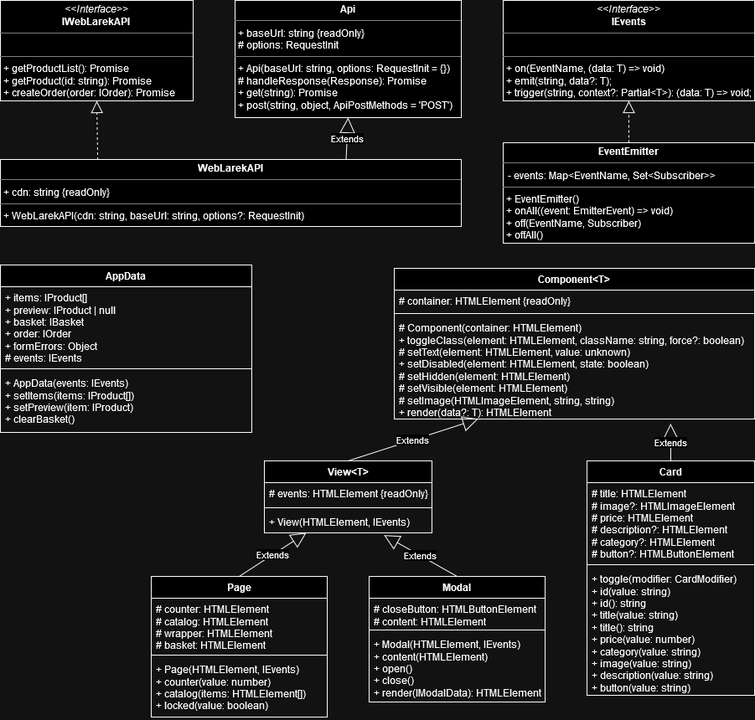
Before: web-larek.drawio.png, a diagram exported from draw.io (Estisui/web-larek-frontend). Source tidied: cells renumbered, new cells last; positions are measured from the earlier drawing's top-left corner, leaving out a move shared by most shapes.
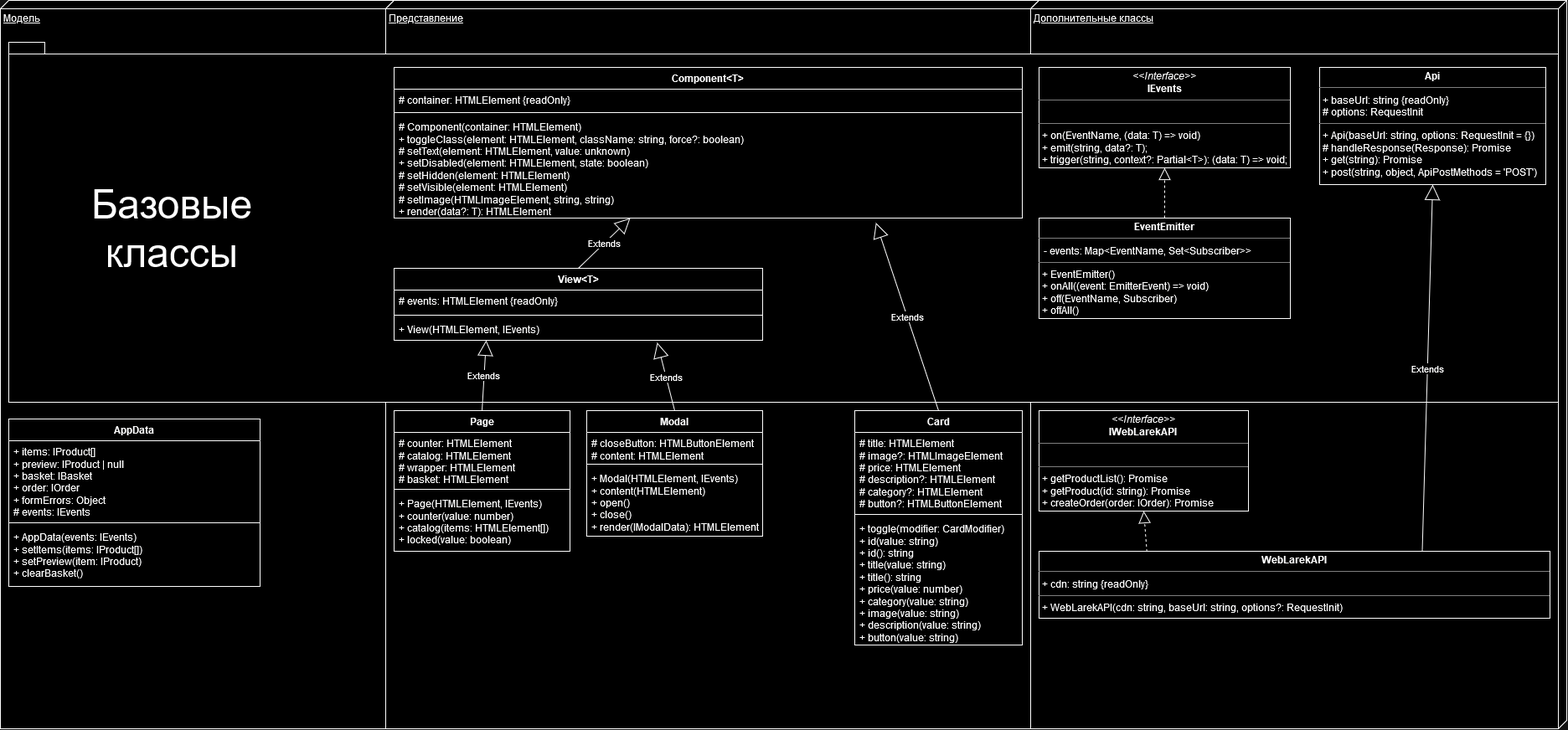
After the commit.

Commit message:
docs: enhace architecture description

The edit, as a diff of the source:
```diff
@@ -2,73 +2,83 @@
   <root>
     <mxCell id="0" />
     <mxCell id="1" parent="0" />
+    <mxCell id="38" value="Модель" style="verticalAlign=top;align=left;spacingTop=8;spacingLeft=2;spacingRight=12;shape=cube;size=10;direction=south;fontStyle=4;html=1;whiteSpace=wrap;" parent="1" vertex="1">
+      <mxGeometry x="-960" y="10" width="470" height="870" as="geometry" />
+    </mxCell>
+    <mxCell id="10" value="AppData" style="swimlane;fontStyle=1;align=center;verticalAlign=top;horizontal=1;startSize=26;whiteSpace=wrap;html=1;" parent="1" vertex="1">
+      <mxGeometry x="-950" y="510" width="300" height="200" as="geometry" />
+    </mxCell>
+    <mxCell id="11" value="+ items: IProduct[]&lt;br&gt;+&amp;nbsp;preview: IProduct | null&lt;br&gt;+ basket: IBasket&lt;br&gt;+&amp;nbsp;order: IOrder&lt;br&gt;+&amp;nbsp;formErrors: Object&lt;br&gt;# events: IEvents" style="text;strokeColor=none;fillColor=none;align=left;verticalAlign=top;spacingLeft=4;spacingRight=4;overflow=hidden;whiteSpace=wrap;html=1;" parent="10" vertex="1">
+      <mxGeometry y="26" width="300" height="94" as="geometry" />
+    </mxCell>
+    <mxCell id="12" style="line;strokeWidth=1;fillColor=none;align=left;verticalAlign=middle;spacingTop=-1;spacingLeft=3;spacingRight=3;labelPosition=right;strokeColor=inherit;" parent="10" vertex="1">
+      <mxGeometry y="120" width="300" height="8" as="geometry" />
+    </mxCell>
+    <mxCell id="13" value="+ AppData(events: IEvents)&lt;br&gt;+&amp;nbsp;setItems(items: IProduct[])&lt;br&gt;+&amp;nbsp;setPreview(item: IProduct)&lt;br&gt;+ clearBasket()" style="text;strokeColor=none;fillColor=none;align=left;verticalAlign=top;spacingLeft=4;spacingRight=4;overflow=hidden;whiteSpace=wrap;html=1;" parent="10" vertex="1">
+      <mxGeometry y="128" width="300" height="72" as="geometry" />
+    </mxCell>
+    <mxCell id="39" value="Представление" style="verticalAlign=top;align=left;spacingTop=8;spacingLeft=2;spacingRight=12;shape=cube;size=10;direction=south;fontStyle=4;html=1;whiteSpace=wrap;" parent="1" vertex="1">
+      <mxGeometry x="-500" y="10" width="780" height="870" as="geometry" />
+    </mxCell>
+    <mxCell id="40" value="Дополнительные классы" style="verticalAlign=top;align=left;spacingTop=8;spacingLeft=2;spacingRight=12;shape=cube;size=10;direction=south;fontStyle=4;html=1;whiteSpace=wrap;" parent="1" vertex="1">
+      <mxGeometry x="270" y="10" width="640" height="870" as="geometry" />
+    </mxCell>
+    <mxCell id="41" style="shape=folder;fontStyle=1;spacingTop=10;tabWidth=40;tabHeight=14;tabPosition=left;html=1;whiteSpace=wrap;" parent="1" vertex="1">
+      <mxGeometry x="-950" y="60" width="1850" height="430" as="geometry" />
+    </mxCell>
+    <mxCell id="42" value="&lt;font style=&quot;font-size: 48px;&quot;&gt;Базовые классы&lt;/font&gt;" style="text;html=1;align=center;verticalAlign=middle;whiteSpace=wrap;rounded=0;" parent="1" vertex="1">
+      <mxGeometry x="-910" y="180" width="310" height="205" as="geometry" />
+    </mxCell>
     <mxCell id="2" value="&lt;p style=&quot;margin:0px;margin-top:4px;text-align:center;&quot;&gt;&lt;b&gt;Api&lt;/b&gt;&lt;/p&gt;&lt;hr size=&quot;1&quot;&gt;&lt;p style=&quot;margin:0px;margin-left:4px;&quot;&gt;+ baseUrl: string {readOnly}&lt;/p&gt;&lt;p style=&quot;margin:0px;margin-left:4px;&quot;&gt;# options: RequestInit&lt;br&gt;&lt;/p&gt;&lt;hr size=&quot;1&quot;&gt;&lt;p style=&quot;margin:0px;margin-left:4px;&quot;&gt;+ Api(baseUrl: string, options: RequestInit = {})&lt;/p&gt;&lt;p style=&quot;margin:0px;margin-left:4px;&quot;&gt;# handleResponse(Response): Promise&lt;/p&gt;&lt;p style=&quot;margin:0px;margin-left:4px;&quot;&gt;+ get(string): Promise&lt;/p&gt;&lt;p style=&quot;margin:0px;margin-left:4px;&quot;&gt;+ post(string, object, ApiPostMethods = 'POST')&lt;br&gt;&lt;/p&gt;" style="verticalAlign=top;align=left;overflow=fill;fontSize=12;fontFamily=Helvetica;html=1;whiteSpace=wrap;" parent="1" vertex="1">
-      <mxGeometry x="280" width="270" height="140" as="geometry" />
+      <mxGeometry x="615" y="90" width="270" height="140" as="geometry" />
     </mxCell>
+    <mxCell id="8" value="Extends" style="endArrow=block;endSize=16;endFill=0;html=1;rounded=0;entryX=0.5;entryY=1;entryDx=0;entryDy=0;exitX=0.75;exitY=0;exitDx=0;exitDy=0;" parent="1" edge="1" source="7" target="2">
+      <mxGeometry relative="1" as="geometry" />
+    </mxCell>
     <mxCell id="3" value="&lt;p style=&quot;margin:0px;margin-top:4px;text-align:center;&quot;&gt;&lt;i&gt;&amp;lt;&amp;lt;Interface&amp;gt;&amp;gt;&lt;/i&gt;&lt;br&gt;&lt;b&gt;IEvents&lt;/b&gt;&lt;/p&gt;&lt;hr size=&quot;1&quot;&gt;&lt;br&gt;&lt;hr size=&quot;1&quot;&gt;&lt;p style=&quot;margin:0px;margin-left:4px;&quot;&gt;+ on(EventName, (data: T) =&amp;gt; void)&lt;/p&gt;&lt;p style=&quot;margin:0px;margin-left:4px;&quot;&gt;+ emit(string, data?: T);&lt;/p&gt;&lt;p style=&quot;margin:0px;margin-left:4px;&quot;&gt;+ trigger(string, context?: Partial&amp;lt;T&amp;gt;): (data: T) =&amp;gt; void;&lt;/p&gt;" style="verticalAlign=top;align=left;overflow=fill;fontSize=12;fontFamily=Helvetica;html=1;whiteSpace=wrap;" parent="1" vertex="1">
-      <mxGeometry x="600" width="300" height="120" as="geometry" />
+      <mxGeometry x="280" y="90" width="300" height="120" as="geometry" />
     </mxCell>
     <mxCell id="4" value="&lt;p style=&quot;margin:0px;margin-top:4px;text-align:center;&quot;&gt;&lt;b&gt;EventEmitter&lt;/b&gt;&lt;/p&gt;&lt;hr size=&quot;1&quot;&gt;&amp;nbsp; -&amp;nbsp;events: Map&amp;lt;EventName, Set&amp;lt;Subscriber&amp;gt;&amp;gt;&lt;br&gt;&lt;hr size=&quot;1&quot;&gt;&lt;p style=&quot;margin:0px;margin-left:4px;&quot;&gt;+ EventEmitter()&lt;/p&gt;&lt;p style=&quot;margin:0px;margin-left:4px;&quot;&gt;+ onAll((event: EmitterEvent) =&amp;gt; void)&lt;br&gt;+ off(EventName, Subscriber)&lt;br&gt;+&amp;nbsp;offAll()&lt;/p&gt;" style="verticalAlign=top;align=left;overflow=fill;fontSize=12;fontFamily=Helvetica;html=1;whiteSpace=wrap;" parent="1" vertex="1">
-      <mxGeometry x="600" y="170" width="300" height="120" as="geometry" />
+      <mxGeometry x="280" y="270" width="300" height="120" as="geometry" />
     </mxCell>
     <mxCell id="5" style="endArrow=block;dashed=1;endFill=0;endSize=12;html=1;rounded=0;fontSize=12;curved=1;entryX=0.5;entryY=1;entryDx=0;entryDy=0;exitX=0.5;exitY=0;exitDx=0;exitDy=0;" parent="1" edge="1" source="4" target="3">
       <mxGeometry relative="1" as="geometry" />
     </mxCell>
     <mxCell id="6" value="&lt;p style=&quot;margin:0px;margin-top:4px;text-align:center;&quot;&gt;&lt;i&gt;&amp;lt;&amp;lt;Interface&amp;gt;&amp;gt;&lt;/i&gt;&lt;br&gt;&lt;b&gt;IWebLarekAPI&lt;/b&gt;&lt;br&gt;&lt;/p&gt;&lt;hr size=&quot;1&quot;&gt;&lt;p style=&quot;margin:0px;margin-left:4px;&quot;&gt;&lt;br&gt;&lt;/p&gt;&lt;hr size=&quot;1&quot;&gt;&lt;p style=&quot;margin:0px;margin-left:4px;&quot;&gt;+&amp;nbsp;getProductList(): Promise&lt;/p&gt;&lt;p style=&quot;margin:0px;margin-left:4px;&quot;&gt;+ getProduct(id: string): Promise&lt;/p&gt;&lt;p style=&quot;margin:0px;margin-left:4px;&quot;&gt;&lt;span style=&quot;background-color: initial;&quot;&gt;+ createOrder(order: IOrder): Promise&lt;/span&gt;&lt;/p&gt;" style="verticalAlign=top;align=left;overflow=fill;fontSize=12;fontFamily=Helvetica;html=1;whiteSpace=wrap;" parent="1" vertex="1">
-      <mxGeometry width="230" height="120" as="geometry" />
+      <mxGeometry x="280" y="500" width="250" height="120" as="geometry" />
     </mxCell>
-    <mxCell id="7" value="&lt;p style=&quot;margin:0px;margin-top:4px;text-align:center;&quot;&gt;&lt;b&gt;WebLarekAPI&lt;/b&gt;&lt;/p&gt;&lt;hr size=&quot;1&quot;&gt;&lt;p style=&quot;margin:0px;margin-left:4px;&quot;&gt;+ cdn: string {readOnly}&lt;/p&gt;&lt;hr size=&quot;1&quot;&gt;&lt;p style=&quot;margin:0px;margin-left:4px;&quot;&gt;+&amp;nbsp;WebLarekAPI(cdn: string, baseUrl: string, options?: RequestInit)&lt;/p&gt;" style="verticalAlign=top;align=left;overflow=fill;fontSize=12;fontFamily=Helvetica;html=1;whiteSpace=wrap;" parent="1" vertex="1">
-      <mxGeometry y="190" width="550" height="80" as="geometry" />
-    </mxCell>
-    <mxCell id="8" value="Extends" style="endArrow=block;endSize=16;endFill=0;html=1;rounded=0;entryX=0.5;entryY=1;entryDx=0;entryDy=0;exitX=0.75;exitY=0;exitDx=0;exitDy=0;" parent="1" edge="1" source="7" target="2">
-      <mxGeometry relative="1" as="geometry" />
-    </mxCell>
     <mxCell id="9" style="endArrow=block;dashed=1;endFill=0;endSize=12;html=1;rounded=0;entryX=0.5;entryY=1;entryDx=0;entryDy=0;exitX=0.211;exitY=0.006;exitDx=0;exitDy=0;exitPerimeter=0;" parent="1" edge="1" source="7" target="6">
       <mxGeometry relative="1" as="geometry" />
     </mxCell>
-    <mxCell id="10" value="AppData" style="swimlane;fontStyle=1;align=center;verticalAlign=top;horizontal=1;startSize=26;whiteSpace=wrap;html=1;" parent="1" vertex="1">
-      <mxGeometry y="316" width="300" height="200" as="geometry" />
-    </mxCell>
-    <mxCell id="11" value="+ items: IProduct[]&lt;br&gt;+&amp;nbsp;preview: IProduct | null&lt;br&gt;+ basket: IBasket&lt;br&gt;+&amp;nbsp;order: IOrder&lt;br&gt;+&amp;nbsp;formErrors: Object&lt;br&gt;# events: IEvents" style="text;strokeColor=none;fillColor=none;align=left;verticalAlign=top;spacingLeft=4;spacingRight=4;overflow=hidden;whiteSpace=wrap;html=1;" parent="10" vertex="1">
-      <mxGeometry y="26" width="300" height="94" as="geometry" />
-    </mxCell>
-    <mxCell id="12" style="line;strokeWidth=1;fillColor=none;align=left;verticalAlign=middle;spacingTop=-1;spacingLeft=3;spacingRight=3;labelPosition=right;strokeColor=inherit;" parent="10" vertex="1">
-      <mxGeometry y="120" width="300" height="8" as="geometry" />
-    </mxCell>
-    <mxCell id="13" value="+ AppData(events: IEvents)&lt;br&gt;+&amp;nbsp;setItems(items: IProduct[])&lt;br&gt;+&amp;nbsp;setPreview(item: IProduct)&lt;br&gt;+ clearBasket()" style="text;strokeColor=none;fillColor=none;align=left;verticalAlign=top;spacingLeft=4;spacingRight=4;overflow=hidden;whiteSpace=wrap;html=1;" parent="10" vertex="1">
-      <mxGeometry y="128" width="300" height="72" as="geometry" />
-    </mxCell>
     <mxCell id="14" value="Component&amp;lt;T&amp;gt;" style="swimlane;fontStyle=1;align=center;verticalAlign=top;horizontal=1;startSize=26;whiteSpace=wrap;html=1;" parent="1" vertex="1">
-      <mxGeometry x="470" y="320" width="430" height="180" as="geometry" />
+      <mxGeometry x="-490" y="90" width="750" height="180" as="geometry" />
     </mxCell>
     <mxCell id="15" value="# container: HTMLElement {readOnly}" style="text;strokeColor=none;fillColor=none;align=left;verticalAlign=top;spacingLeft=4;spacingRight=4;overflow=hidden;whiteSpace=wrap;html=1;" parent="14" vertex="1">
-      <mxGeometry y="26" width="430" height="24" as="geometry" />
+      <mxGeometry y="26" width="750" height="24" as="geometry" />
     </mxCell>
     <mxCell id="16" style="line;strokeWidth=1;fillColor=none;align=left;verticalAlign=middle;spacingTop=-1;spacingLeft=3;spacingRight=3;labelPosition=right;strokeColor=inherit;" parent="14" vertex="1">
-      <mxGeometry y="50" width="430" height="8" as="geometry" />
+      <mxGeometry y="50" width="750" height="8" as="geometry" />
     </mxCell>
     <mxCell id="17" value="# Component(container: HTMLElement)&lt;br style=&quot;border-color: var(--border-color); padding: 0px; margin: 0px;&quot;&gt;&lt;span style=&quot;&quot;&gt;+ toggleClass(element: HTMLElement, className: string, force?: boolean)&lt;/span&gt;&lt;br style=&quot;border-color: var(--border-color); padding: 0px; margin: 0px;&quot;&gt;&lt;div&gt;&lt;span style=&quot;&quot;&gt;#&amp;nbsp;setText(element: HTMLElement, value: unknown)&lt;/span&gt;&lt;/div&gt;&lt;div&gt;&lt;span style=&quot;&quot;&gt;+ setDisabled(element: HTMLElement, state: boolean)&lt;br&gt;&lt;/span&gt;&lt;/div&gt;&lt;div&gt;# setHidden(element: HTMLElement)&lt;/div&gt;&lt;div&gt;# setVisible(element: HTMLElement)&lt;br&gt;&lt;/div&gt;&lt;div&gt;&lt;span style=&quot;&quot;&gt;# setImage(HTMLImageElement,&lt;/span&gt;&lt;span style=&quot;&quot;&gt;&amp;nbsp;string, string)&lt;/span&gt;&lt;/div&gt;&lt;div&gt;&lt;span style=&quot;&quot;&gt;+ render(data?: T): HTMLElement&lt;/span&gt;&lt;/div&gt;" style="text;strokeColor=none;fillColor=none;align=left;verticalAlign=top;spacingLeft=4;spacingRight=4;overflow=hidden;points=[[0,0.5],[1,0.5]];portConstraint=eastwest;whiteSpace=wrap;html=1;" parent="14" vertex="1">
-      <mxGeometry y="58" width="430" height="122" as="geometry" />
+      <mxGeometry y="58" width="750" height="122" as="geometry" />
     </mxCell>
     <mxCell id="18" value="View&amp;lt;T&amp;gt;" style="swimlane;fontStyle=1;align=center;verticalAlign=top;horizontal=1;startSize=26;whiteSpace=wrap;html=1;" parent="1" vertex="1">
-      <mxGeometry x="315" y="550" width="200" height="86" as="geometry" />
+      <mxGeometry x="-490" y="330" width="440" height="86" as="geometry" />
     </mxCell>
     <mxCell id="19" value="# events: HTMLElement {readOnly}" style="text;strokeColor=none;fillColor=none;align=left;verticalAlign=top;spacingLeft=4;spacingRight=4;overflow=hidden;whiteSpace=wrap;html=1;" parent="18" vertex="1">
-      <mxGeometry y="26" width="200" height="26" as="geometry" />
+      <mxGeometry y="26" width="440" height="26" as="geometry" />
     </mxCell>
     <mxCell id="20" style="line;strokeWidth=1;fillColor=none;align=left;verticalAlign=middle;spacingTop=-1;spacingLeft=3;spacingRight=3;labelPosition=right;strokeColor=inherit;" parent="18" vertex="1">
-      <mxGeometry y="52" width="200" height="8" as="geometry" />
+      <mxGeometry y="52" width="440" height="8" as="geometry" />
     </mxCell>
     <mxCell id="21" value="+&amp;nbsp;View(HTMLElement, IEvents)" style="text;strokeColor=none;fillColor=none;align=left;verticalAlign=top;spacingLeft=4;spacingRight=4;overflow=hidden;points=[[0,0.5],[1,0.5]];portConstraint=eastwest;whiteSpace=wrap;html=1;" parent="18" vertex="1">
-      <mxGeometry y="60" width="200" height="26" as="geometry" />
+      <mxGeometry y="60" width="440" height="26" as="geometry" />
     </mxCell>
-    <mxCell id="22" value="Extends" style="endArrow=block;endSize=16;endFill=0;html=1;rounded=0;exitX=0.5;exitY=0;exitDx=0;exitDy=0;" parent="1" edge="1" source="18">
-      <mxGeometry relative="1" as="geometry">
-        <mxPoint x="570" y="500" as="targetPoint" />
-      </mxGeometry>
+    <mxCell id="22" value="Extends" style="endArrow=block;endSize=16;endFill=0;html=1;rounded=0;exitX=0.5;exitY=0;exitDx=0;exitDy=0;" parent="1" edge="1" source="18" target="14">
+      <mxGeometry relative="1" as="geometry" />
     </mxCell>
     <mxCell id="23" value="Card" style="swimlane;fontStyle=1;align=center;verticalAlign=top;horizontal=1;startSize=26;whiteSpace=wrap;html=1;" parent="1" vertex="1">
-      <mxGeometry x="700" y="550" width="200" height="280" as="geometry" />
+      <mxGeometry x="60" y="500" width="200" height="280" as="geometry" />
     </mxCell>
     <mxCell id="24" value="&lt;div&gt;# title: HTMLElement&lt;/div&gt;&lt;div&gt;# image?: HTMLImageElement&lt;/div&gt;&lt;div&gt;# price: HTMLElement&lt;/div&gt;&lt;div&gt;# description?: HTMLElement&lt;/div&gt;&lt;div&gt;# category?: HTMLElement&lt;/div&gt;&lt;div&gt;# button?: HTMLButtonElement&lt;/div&gt;&lt;div&gt;&lt;br&gt;&lt;/div&gt;" style="text;strokeColor=none;fillColor=none;align=left;verticalAlign=top;spacingLeft=4;spacingRight=4;overflow=hidden;whiteSpace=wrap;html=1;" parent="23" vertex="1">
       <mxGeometry y="26" width="200" height="94" as="geometry" />
@@ -83,7 +93,7 @@
       <mxGeometry relative="1" as="geometry" />
     </mxCell>
     <mxCell id="28" value="Page" style="swimlane;fontStyle=1;align=center;verticalAlign=top;horizontal=1;startSize=26;whiteSpace=wrap;html=1;" parent="1" vertex="1">
-      <mxGeometry x="180" y="688" width="210" height="168" as="geometry" />
+      <mxGeometry x="-490" y="500" width="210" height="168" as="geometry" />
     </mxCell>
     <mxCell id="29" value="&lt;div&gt;# counter: HTMLElement&lt;/div&gt;&lt;div&gt;# catalog: HTMLElement&lt;/div&gt;&lt;div&gt;# wrapper: HTMLElement&lt;/div&gt;&lt;div&gt;# basket: HTMLElement&lt;/div&gt;" style="text;strokeColor=none;fillColor=none;align=left;verticalAlign=top;spacingLeft=4;spacingRight=4;overflow=hidden;whiteSpace=wrap;html=1;" parent="28" vertex="1">
       <mxGeometry y="26" width="210" height="64" as="geometry" />
@@ -95,7 +105,7 @@
       <mxGeometry y="98" width="210" height="70" as="geometry" />
     </mxCell>
     <mxCell id="32" value="Modal" style="swimlane;fontStyle=1;align=center;verticalAlign=top;horizontal=1;startSize=26;whiteSpace=wrap;html=1;" parent="1" vertex="1">
-      <mxGeometry x="440" y="688" width="210" height="150" as="geometry" />
+      <mxGeometry x="-260" y="500" width="210" height="150" as="geometry" />
     </mxCell>
     <mxCell id="33" value="&lt;div&gt;# closeButton: HTMLButtonElement&lt;/div&gt;&lt;div&gt;# content: HTMLElement&lt;/div&gt;" style="text;strokeColor=none;fillColor=none;align=left;verticalAlign=top;spacingLeft=4;spacingRight=4;overflow=hidden;whiteSpace=wrap;html=1;" parent="32" vertex="1">
       <mxGeometry y="26" width="210" height="34" as="geometry" />
@@ -112,5 +122,8 @@
     <mxCell id="37" value="Extends" style="endArrow=block;endSize=16;endFill=0;html=1;rounded=0;entryX=0.714;entryY=1.103;entryDx=0;entryDy=0;entryPerimeter=0;exitX=0.5;exitY=0;exitDx=0;exitDy=0;" parent="1" edge="1" source="32" target="21">
       <mxGeometry relative="1" as="geometry" />
     </mxCell>
+    <mxCell id="7" value="&lt;p style=&quot;margin:0px;margin-top:4px;text-align:center;&quot;&gt;&lt;b&gt;WebLarekAPI&lt;/b&gt;&lt;/p&gt;&lt;hr size=&quot;1&quot;&gt;&lt;p style=&quot;margin:0px;margin-left:4px;&quot;&gt;+ cdn: string {readOnly}&lt;/p&gt;&lt;hr size=&quot;1&quot;&gt;&lt;p style=&quot;margin:0px;margin-left:4px;&quot;&gt;+&amp;nbsp;WebLarekAPI(cdn: string, baseUrl: string, options?: RequestInit)&lt;/p&gt;" style="verticalAlign=top;align=left;overflow=fill;fontSize=12;fontFamily=Helvetica;html=1;whiteSpace=wrap;" parent="1" vertex="1">
+      <mxGeometry x="280" y="668" width="610" height="80" as="geometry" />
+    </mxCell>
   </root>
 </mxGraphModel>
```
